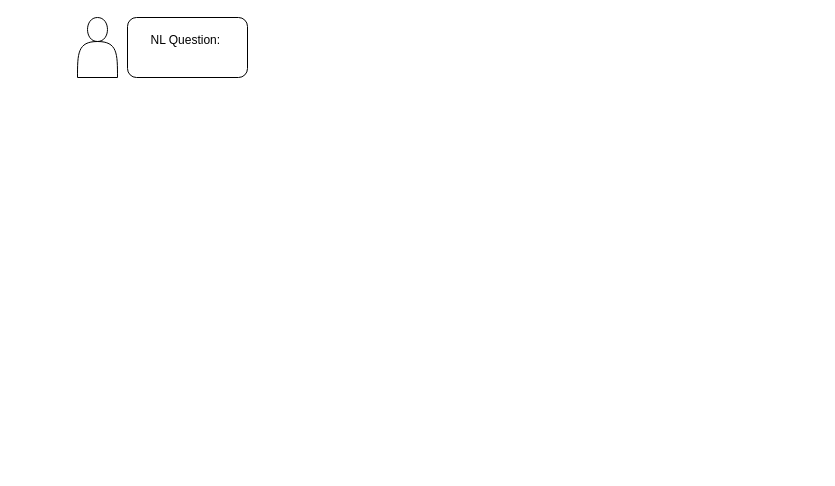
This is sql-of-thought.drawio from shollercoaster/multiagent-finetuning, a draw.io file, before an edit. Source tidied: cells renumbered, new cells numbered last; positions are measured from the earlier drawing's top-left corner, leaving out a move shared by most shapes. Both pictures are drawn from the tidied source at 100%, with x=0, y=0 at pixel (77, 17).
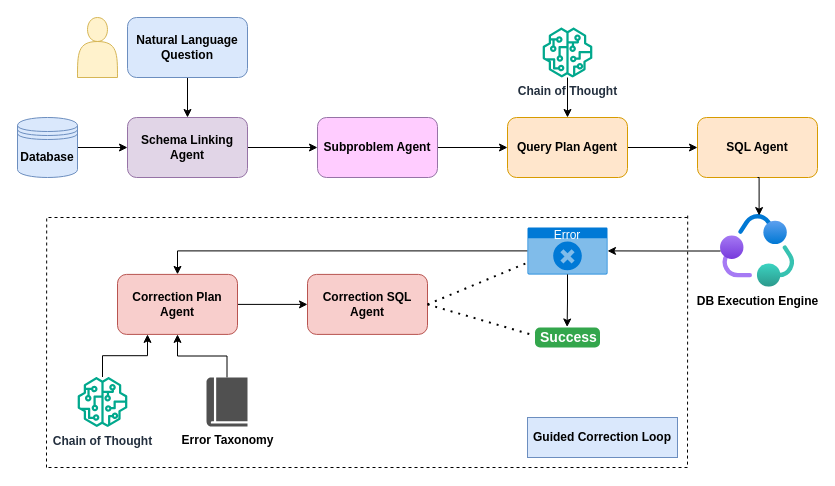
The same page after the edit.

Commit message:
make sql-of-thought more interactive

What changed in the source:
```diff
@@
-    <mxCell id="2" style="shape=actor;whiteSpace=wrap;html=1;" parent="1" vertex="1">
+    <mxCell id="2" style="shape=actor;whiteSpace=wrap;html=1;fillColor=#fff2cc;strokeColor=#d6b656;" parent="1" vertex="1">
       <mxGeometry width="40" height="60" as="geometry" />
     </mxCell>
+    <mxCell id="4" style="edgeStyle=orthogonalEdgeStyle;rounded=0;jettySize=auto;html=1;exitX=0.5;exitY=1;exitDx=0;exitDy=0;entryX=0.5;entryY=0;entryDx=0;entryDy=0;" parent="1" edge="1" source="3" target="6">
+      <mxGeometry relative="1" as="geometry" />
+    </mxCell>
-    <mxCell id="3" value="NL Question:&amp;nbsp;&lt;div&gt;&lt;br&gt;&lt;/div&gt;" style="rounded=1;whiteSpace=wrap;html=1;" parent="1" vertex="1">
+    <mxCell id="3" value="&lt;div&gt;&lt;b&gt;Natural Language Question&lt;/b&gt;&lt;/div&gt;" style="rounded=1;whiteSpace=wrap;html=1;fillColor=#dae8fc;strokeColor=#6c8ebf;" parent="1" vertex="1">
       <mxGeometry x="50" width="120" height="60" as="geometry" />
     </mxCell>
+    <mxCell id="5" style="edgeStyle=orthogonalEdgeStyle;rounded=0;jettySize=auto;html=1;exitX=1;exitY=0.5;exitDx=0;exitDy=0;entryX=0;entryY=0.5;entryDx=0;entryDy=0;" parent="1" edge="1" source="6" target="10">
+      <mxGeometry relative="1" as="geometry" />
+    </mxCell>
+    <mxCell id="6" value="&lt;b&gt;Schema Linking Agent&lt;/b&gt;" style="rounded=1;whiteSpace=wrap;html=1;fillColor=#e1d5e7;strokeColor=#9673a6;" parent="1" vertex="1">
+      <mxGeometry x="50" y="100" width="120" height="60" as="geometry" />
+    </mxCell>
+    <mxCell id="7" style="edgeStyle=orthogonalEdgeStyle;rounded=0;jettySize=auto;html=1;exitX=1;exitY=0.5;exitDx=0;exitDy=0;entryX=0;entryY=0.5;entryDx=0;entryDy=0;" parent="1" edge="1" source="8" target="6">
+      <mxGeometry relative="1" as="geometry" />
+    </mxCell>
+    <mxCell id="8" value="&lt;b&gt;Database&lt;/b&gt;" style="shape=datastore;whiteSpace=wrap;html=1;fillColor=#dae8fc;strokeColor=#6c8ebf;" parent="1" vertex="1">
+      <mxGeometry x="-60" y="100" width="60" height="60" as="geometry" />
+    </mxCell>
+    <mxCell id="9" style="edgeStyle=orthogonalEdgeStyle;rounded=0;jettySize=auto;html=1;exitX=1;exitY=0.5;exitDx=0;exitDy=0;" parent="1" edge="1" source="10" target="12">
+      <mxGeometry relative="1" as="geometry" />
+    </mxCell>
+    <mxCell id="10" value="&lt;b&gt;Subproblem Agent&lt;/b&gt;" style="rounded=1;whiteSpace=wrap;html=1;fillColor=#FFCCFF;strokeColor=#9673a6;" parent="1" vertex="1">
+      <mxGeometry x="240" y="100" width="120" height="60" as="geometry" />
+    </mxCell>
+    <mxCell id="11" style="edgeStyle=orthogonalEdgeStyle;rounded=0;jettySize=auto;html=1;exitX=1;exitY=0.5;exitDx=0;exitDy=0;entryX=0;entryY=0.5;entryDx=0;entryDy=0;" parent="1" edge="1" source="12" target="15">
+      <mxGeometry relative="1" as="geometry" />
+    </mxCell>
+    <mxCell id="12" value="&lt;b&gt;Query Plan Agent&lt;/b&gt;" style="rounded=1;whiteSpace=wrap;html=1;fillColor=#ffe6cc;strokeColor=#d79b00;" parent="1" vertex="1">
+      <mxGeometry x="430" y="100" width="120" height="60" as="geometry" />
+    </mxCell>
+    <mxCell id="13" style="edgeStyle=orthogonalEdgeStyle;rounded=0;jettySize=auto;html=1;entryX=0.5;entryY=0;entryDx=0;entryDy=0;" parent="1" edge="1" source="14" target="12">
+      <mxGeometry relative="1" as="geometry" />
+    </mxCell>
+    <mxCell id="14" value="&lt;b&gt;Chain of Thought&lt;/b&gt;" style="sketch=0;outlineConnect=0;fontColor=#232F3E;gradientColor=none;fillColor=#01A88D;strokeColor=none;dashed=0;verticalLabelPosition=bottom;verticalAlign=top;align=center;html=1;fontSize=12;fontStyle=0;shape=mxgraph.aws4.sagemaker_model;" parent="1" vertex="1">
+      <mxGeometry x="465" y="10" width="50" height="50" as="geometry" />
+    </mxCell>
+    <mxCell id="15" value="&lt;b&gt;SQL Agent&lt;/b&gt;" style="rounded=1;whiteSpace=wrap;html=1;fillColor=#ffe6cc;strokeColor=#d79b00;" parent="1" vertex="1">
+      <mxGeometry x="620" y="100" width="120" height="60" as="geometry" />
+    </mxCell>
+    <mxCell id="16" value="&lt;b&gt;DB Execution Engine&lt;/b&gt;" style="image;html=1;points=[];align=center;fontSize=12;image=img/lib/azure2/azure_ecosystem/Collaborative_Service.svg;" parent="1" vertex="1">
+      <mxGeometry x="643" y="197.1" width="74" height="72.7" as="geometry" />
+    </mxCell>
+    <mxCell id="17" value="Success" style="html=1;shadow=0;dashed=0;shape=mxgraph.bootstrap.rrect;rSize=5;strokeColor=none;strokeWidth=1;fillColor=#33A64C;fontColor=#FFFFFF;whiteSpace=wrap;align=left;verticalAlign=middle;spacingLeft=0;fontStyle=1;fontSize=14;spacing=5;" parent="1" vertex="1">
+      <mxGeometry x="457.5" y="310" width="65" height="20" as="geometry" />
+    </mxCell>
+    <mxCell id="18" style="edgeStyle=orthogonalEdgeStyle;rounded=0;jettySize=auto;html=1;exitX=0;exitY=0.5;exitDx=0;exitDy=0;exitPerimeter=0;entryX=0.5;entryY=0;entryDx=0;entryDy=0;" parent="1" edge="1" source="19" target="21">
+      <mxGeometry relative="1" as="geometry" />
+    </mxCell>
+    <mxCell id="19" value="Error" style="html=1;whiteSpace=wrap;strokeColor=none;fillColor=#0079D6;labelPosition=center;verticalLabelPosition=middle;verticalAlign=top;align=center;fontSize=12;outlineConnect=0;spacingTop=-6;fontColor=#FFFFFF;sketch=0;shape=mxgraph.sitemap.error;" parent="1" vertex="1">
+      <mxGeometry x="450" y="209.9" width="80" height="47" as="geometry" />
+    </mxCell>
+    <mxCell id="20" style="edgeStyle=orthogonalEdgeStyle;rounded=0;jettySize=auto;html=1;exitX=1;exitY=0.5;exitDx=0;exitDy=0;entryX=0;entryY=0.5;entryDx=0;entryDy=0;" parent="1" edge="1" source="21" target="22">
+      <mxGeometry relative="1" as="geometry" />
+    </mxCell>
+    <mxCell id="21" value="&lt;b&gt;Correction Plan Agent&lt;/b&gt;" style="rounded=1;whiteSpace=wrap;html=1;fillColor=#f8cecc;strokeColor=#b85450;" parent="1" vertex="1">
+      <mxGeometry x="40" y="256.9" width="120" height="60" as="geometry" />
+    </mxCell>
+    <mxCell id="22" value="&lt;b&gt;Correction SQL Agent&lt;/b&gt;" style="rounded=1;whiteSpace=wrap;html=1;fillColor=#f8cecc;strokeColor=#b85450;" parent="1" vertex="1">
+      <mxGeometry x="230" y="256.9" width="120" height="60" as="geometry" />
+    </mxCell>
+    <mxCell id="23" style="edgeStyle=orthogonalEdgeStyle;rounded=0;jettySize=auto;html=1;entryX=0.25;entryY=1;entryDx=0;entryDy=0;" parent="1" edge="1" source="24" target="21">
+      <mxGeometry relative="1" as="geometry" />
+    </mxCell>
+    <mxCell id="24" value="&lt;b&gt;Chain of Thought&lt;/b&gt;" style="sketch=0;outlineConnect=0;fontColor=#232F3E;gradientColor=none;fillColor=#01A88D;strokeColor=none;dashed=0;verticalLabelPosition=bottom;verticalAlign=top;align=center;html=1;fontSize=12;fontStyle=0;shape=mxgraph.aws4.sagemaker_model;" parent="1" vertex="1">
+      <mxGeometry y="359.5" width="50" height="50" as="geometry" />
+    </mxCell>
+    <mxCell id="25" style="edgeStyle=orthogonalEdgeStyle;rounded=0;jettySize=auto;html=1;entryX=0.5;entryY=1;entryDx=0;entryDy=0;" parent="1" edge="1" source="26" target="21">
+      <mxGeometry relative="1" as="geometry" />
+    </mxCell>
+    <mxCell id="26" value="&lt;b&gt;Error Taxonomy&lt;/b&gt;" style="sketch=0;shadow=0;dashed=0;html=1;strokeColor=none;fillColor=#505050;labelPosition=center;verticalLabelPosition=bottom;verticalAlign=top;outlineConnect=0;align=center;shape=mxgraph.office.concepts.book_journal;" parent="1" vertex="1">
+      <mxGeometry x="129" y="360" width="41" height="49" as="geometry" />
+    </mxCell>
+    <mxCell id="27" style="edgeStyle=orthogonalEdgeStyle;rounded=0;jettySize=auto;html=1;entryX=1;entryY=0.5;entryDx=0;entryDy=0;entryPerimeter=0;" parent="1" edge="1" source="16" target="19">
+      <mxGeometry relative="1" as="geometry" />
+    </mxCell>
+    <mxCell id="28" style="edgeStyle=orthogonalEdgeStyle;rounded=0;jettySize=auto;html=1;exitX=0.5;exitY=1;exitDx=0;exitDy=0;entryX=0.522;entryY=0.013;entryDx=0;entryDy=0;entryPerimeter=0;" parent="1" edge="1" source="15" target="16">
+      <mxGeometry relative="1" as="geometry" />
+    </mxCell>
+    <mxCell id="29" style="edgeStyle=orthogonalEdgeStyle;rounded=0;jettySize=auto;html=1;exitX=0.5;exitY=1;exitDx=0;exitDy=0;exitPerimeter=0;entryX=0.494;entryY=-0.026;entryDx=0;entryDy=0;entryPerimeter=0;" parent="1" edge="1" source="19" target="17">
+      <mxGeometry relative="1" as="geometry" />
+    </mxCell>
+    <mxCell id="30" style="endArrow=none;dashed=1;html=1;dashPattern=1 3;strokeWidth=2;rounded=0;entryX=0;entryY=0.75;entryDx=0;entryDy=0;entryPerimeter=0;exitX=1;exitY=0.5;exitDx=0;exitDy=0;" parent="1" edge="1" source="22" target="19">
+      <mxGeometry relative="1" as="geometry" />
+    </mxCell>
+    <mxCell id="31" style="endArrow=none;dashed=1;html=1;dashPattern=1 3;strokeWidth=2;rounded=0;entryX=-0.011;entryY=0.4;entryDx=0;entryDy=0;entryPerimeter=0;exitX=1;exitY=0.5;exitDx=0;exitDy=0;" parent="1" edge="1" source="22" target="17">
+      <mxGeometry relative="1" as="geometry" />
+    </mxCell>
+    <mxCell id="32" style="endArrow=none;dashed=1;html=1;rounded=0;" parent="1" edge="1">
+      <mxGeometry relative="1" as="geometry">
+        <mxPoint x="610" y="200" as="sourcePoint" />
+        <mxPoint x="-30" y="200" as="targetPoint" />
+      </mxGeometry>
+    </mxCell>
+    <mxCell id="33" style="endArrow=none;dashed=1;html=1;rounded=0;" parent="1" edge="1">
+      <mxGeometry relative="1" as="geometry">
+        <mxPoint x="610" y="450" as="sourcePoint" />
+        <mxPoint x="-30" y="450" as="targetPoint" />
+      </mxGeometry>
+    </mxCell>
+    <mxCell id="34" style="endArrow=none;dashed=1;html=1;rounded=0;" parent="1" edge="1">
+      <mxGeometry relative="1" as="geometry">
+        <mxPoint x="-31" y="450" as="sourcePoint" />
+        <mxPoint x="-30.8" y="200" as="targetPoint" />
+      </mxGeometry>
+    </mxCell>
+    <mxCell id="35" style="endArrow=none;dashed=1;html=1;rounded=0;" parent="1" edge="1">
+      <mxGeometry relative="1" as="geometry">
+        <mxPoint x="610" y="447.1" as="sourcePoint" />
+        <mxPoint x="610.2" y="197.1" as="targetPoint" />
+      </mxGeometry>
+    </mxCell>
+    <mxCell id="36" value="&lt;b&gt;Guided Correction Loop&lt;/b&gt;" style="rounded=0;whiteSpace=wrap;html=1;fillColor=#dae8fc;strokeColor=#6c8ebf;" parent="1" vertex="1">
+      <mxGeometry x="450" y="400" width="150" height="40" as="geometry" />
+    </mxCell>
```
